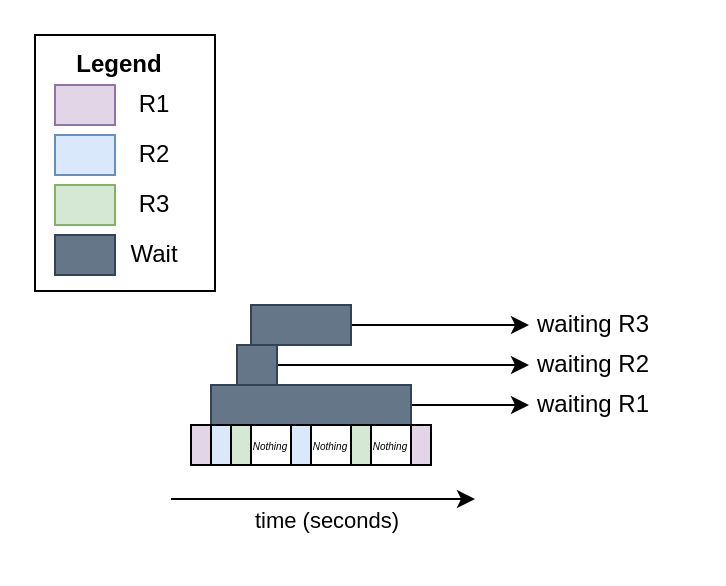
The draw.io diagram page "HttpAsync" (2 of 2) of posts/2021/2021-05-29-python-async/diagrams.drawio in guilatrova/latrovacommits-articles, before the edit. Source tidied: cells renumbered, new cells numbered last; positions are measured from the earlier drawing's top-left corner, leaving out a move shared by most shapes. Both pictures are drawn from the tidied source at 200%, with x=0, y=0 at pixel (34, 34).
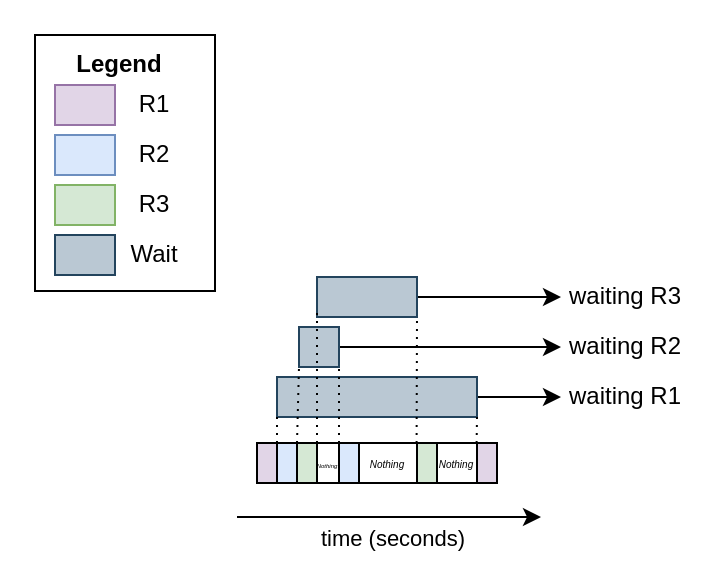
After the change.

Change to the diagram source:
```diff
@@
-    <mxCell id="9" style="rounded=0;whiteSpace=wrap;html=1;fillColor=#647687;strokeColor=#314354;fontColor=#ffffff;" parent="1" vertex="1">
+    <mxCell id="9" style="rounded=0;whiteSpace=wrap;html=1;fillColor=#bac8d3;strokeColor=#23445d;" parent="1" vertex="1">
       <mxGeometry x="10" y="100" width="30" height="20" as="geometry" />
     </mxCell>
@@
     <mxCell id="12" style="endArrow=classic;html=1;" parent="1" edge="1">
       <mxGeometry relative="1" as="geometry">
-        <mxPoint x="68" y="232" as="sourcePoint" />
-        <mxPoint x="220" y="232" as="targetPoint" />
+        <mxPoint x="101" y="241" as="sourcePoint" />
+        <mxPoint x="253" y="241" as="targetPoint" />
       </mxGeometry>
     </mxCell>
@@
     <mxCell id="14" style="rounded=0;whiteSpace=wrap;html=1;fillColor=#e1d5e7;" parent="1" vertex="1">
-      <mxGeometry x="78" y="195" width="10" height="20" as="geometry" />
+      <mxGeometry x="111" y="204" width="10" height="20" as="geometry" />
     </mxCell>
@@
-    <mxCell id="16" style="rounded=0;whiteSpace=wrap;html=1;fillColor=#647687;fontColor=#ffffff;strokeColor=#314354;" parent="1" vertex="1">
-      <mxGeometry x="88" y="175" width="100" height="20" as="geometry" />
+    <mxCell id="16" style="rounded=0;whiteSpace=wrap;html=1;fillColor=#bac8d3;strokeColor=#23445d;" parent="1" vertex="1">
+      <mxGeometry x="121" y="171" width="100" height="20" as="geometry" />
     </mxCell>
     <mxCell id="17" style="rounded=0;whiteSpace=wrap;html=1;fillColor=#e1d5e7;" parent="1" vertex="1">
-      <mxGeometry x="188" y="195" width="10" height="20" as="geometry" />
+      <mxGeometry x="221" y="204" width="10" height="20" as="geometry" />
     </mxCell>
     <mxCell id="18" style="rounded=0;whiteSpace=wrap;html=1;fillColor=#dae8fc;" parent="1" vertex="1">
-      <mxGeometry x="88" y="195" width="10" height="20" as="geometry" />
+      <mxGeometry x="121" y="204" width="10" height="20" as="geometry" />
     </mxCell>
@@
-    <mxCell id="20" style="rounded=0;whiteSpace=wrap;html=1;fillColor=#647687;fontColor=#ffffff;strokeColor=#314354;" parent="1" vertex="1">
-      <mxGeometry x="101" y="155" width="20" height="20" as="geometry" />
+    <mxCell id="20" style="rounded=0;whiteSpace=wrap;html=1;fillColor=#bac8d3;strokeColor=#23445d;" parent="1" vertex="1">
+      <mxGeometry x="132" y="146" width="20" height="20" as="geometry" />
     </mxCell>
@@
-    <mxCell id="22" style="rounded=0;whiteSpace=wrap;html=1;fillColor=#647687;fontColor=#ffffff;strokeColor=#314354;" parent="1" vertex="1">
-      <mxGeometry x="108" y="135" width="50" height="20" as="geometry" />
+    <mxCell id="22" style="rounded=0;whiteSpace=wrap;html=1;fillColor=#bac8d3;strokeColor=#23445d;" parent="1" vertex="1">
+      <mxGeometry x="141" y="121" width="50" height="20" as="geometry" />
     </mxCell>
     <mxCell id="23" style="rounded=0;whiteSpace=wrap;html=1;fillColor=#dae8fc;" parent="1" vertex="1">
-      <mxGeometry x="128" y="195" width="10" height="20" as="geometry" />
+      <mxGeometry x="152" y="204" width="10" height="20" as="geometry" />
     </mxCell>
     <mxCell id="24" style="rounded=0;whiteSpace=wrap;html=1;fillColor=#d5e8d4;" parent="1" vertex="1">
-      <mxGeometry x="98" y="195" width="10" height="20" as="geometry" />
+      <mxGeometry x="131" y="204" width="10" height="20" as="geometry" />
     </mxCell>
     <mxCell id="25" style="rounded=0;whiteSpace=wrap;html=1;fillColor=#d5e8d4;" parent="1" vertex="1">
-      <mxGeometry x="158" y="195" width="10" height="20" as="geometry" />
+      <mxGeometry x="191" y="204" width="10" height="20" as="geometry" />
     </mxCell>
     <mxCell id="26" value="waiting R1" style="text;html=1;strokeColor=none;fillColor=none;align=center;verticalAlign=middle;whiteSpace=wrap;rounded=0;" parent="1" vertex="1">
-      <mxGeometry x="247" y="175" width="65" height="20" as="geometry" />
+      <mxGeometry x="263" y="171" width="65" height="20" as="geometry" />
     </mxCell>
     <mxCell id="27" value="waiting R2" style="text;html=1;strokeColor=none;fillColor=none;align=center;verticalAlign=middle;whiteSpace=wrap;rounded=0;" parent="1" vertex="1">
-      <mxGeometry x="247" y="155" width="65" height="20" as="geometry" />
+      <mxGeometry x="263" y="146" width="65" height="20" as="geometry" />
     </mxCell>
     <mxCell id="28" value="waiting R3" style="text;html=1;strokeColor=none;fillColor=none;align=center;verticalAlign=middle;whiteSpace=wrap;rounded=0;" parent="1" vertex="1">
-      <mxGeometry x="247" y="135" width="65" height="20" as="geometry" />
+      <mxGeometry x="263" y="121" width="65" height="20" as="geometry" />
     </mxCell>
-    <mxCell id="29" value="&lt;i&gt;&lt;font style=&quot;font-size: 5px&quot;&gt;Nothing&lt;/font&gt;&lt;/i&gt;" style="rounded=0;whiteSpace=wrap;html=1;strokeColor=#000000;align=center;fontSize=8;" parent="1" vertex="1">
-      <mxGeometry x="108" y="195" width="20" height="20" as="geometry" />
+    <mxCell id="29" value="&lt;i&gt;&lt;font style=&quot;font-size: 3px&quot;&gt;Nothing&lt;/font&gt;&lt;/i&gt;" style="rounded=0;whiteSpace=wrap;html=1;strokeColor=#000000;align=center;fontSize=8;" parent="1" vertex="1">
+      <mxGeometry x="141" y="204" width="11" height="20" as="geometry" />
     </mxCell>
     <mxCell id="30" value="&lt;i&gt;&lt;font style=&quot;font-size: 5px&quot;&gt;Nothing&lt;/font&gt;&lt;/i&gt;" style="rounded=0;whiteSpace=wrap;html=1;strokeColor=#000000;align=center;fontSize=8;" parent="1" vertex="1">
-      <mxGeometry x="138" y="195" width="20" height="20" as="geometry" />
+      <mxGeometry x="162" y="204" width="29" height="20" as="geometry" />
     </mxCell>
     <mxCell id="31" value="&lt;i&gt;&lt;font style=&quot;font-size: 5px&quot;&gt;Nothing&lt;/font&gt;&lt;/i&gt;" style="rounded=0;whiteSpace=wrap;html=1;strokeColor=#000000;align=center;fontSize=8;" parent="1" vertex="1">
-      <mxGeometry x="168" y="195" width="20" height="20" as="geometry" />
+      <mxGeometry x="201" y="204" width="20" height="20" as="geometry" />
     </mxCell>
+    <mxCell id="32" style="endArrow=none;dashed=1;html=1;dashPattern=1 3;strokeWidth=1;" parent="1" edge="1">
+      <mxGeometry relative="1" as="geometry">
+        <mxPoint x="121" y="204" as="sourcePoint" />
+        <mxPoint x="121" y="190" as="targetPoint" />
+      </mxGeometry>
+    </mxCell>
+    <mxCell id="33" style="endArrow=none;dashed=1;html=1;dashPattern=1 3;strokeWidth=1;entryX=0;entryY=1;entryDx=0;entryDy=0;" parent="1" edge="1" target="20">
+      <mxGeometry relative="1" as="geometry">
+        <mxPoint x="131" y="204" as="sourcePoint" />
+      </mxGeometry>
+    </mxCell>
+    <mxCell id="34" style="endArrow=none;dashed=1;html=1;dashPattern=1 3;strokeWidth=1;" parent="1" edge="1">
+      <mxGeometry relative="1" as="geometry">
+        <mxPoint x="141" y="204" as="sourcePoint" />
+        <mxPoint x="141" y="136" as="targetPoint" />
+      </mxGeometry>
+    </mxCell>
+    <mxCell id="35" style="endArrow=none;dashed=1;html=1;dashPattern=1 3;strokeWidth=1;" parent="1" edge="1">
+      <mxGeometry relative="1" as="geometry">
+        <mxPoint x="152" y="204" as="sourcePoint" />
+        <mxPoint x="152" y="166" as="targetPoint" />
+      </mxGeometry>
+    </mxCell>
+    <mxCell id="36" style="endArrow=none;dashed=1;html=1;dashPattern=1 3;strokeWidth=1;" parent="1" edge="1">
+      <mxGeometry relative="1" as="geometry">
+        <mxPoint x="190.8" y="204" as="sourcePoint" />
+        <mxPoint x="191" y="141" as="targetPoint" />
+      </mxGeometry>
+    </mxCell>
+    <mxCell id="37" style="endArrow=none;dashed=1;html=1;dashPattern=1 3;strokeWidth=1;" parent="1" edge="1">
+      <mxGeometry relative="1" as="geometry">
+        <mxPoint x="220.8" y="204" as="sourcePoint" />
+        <mxPoint x="221" y="191" as="targetPoint" />
+      </mxGeometry>
+    </mxCell>
```
